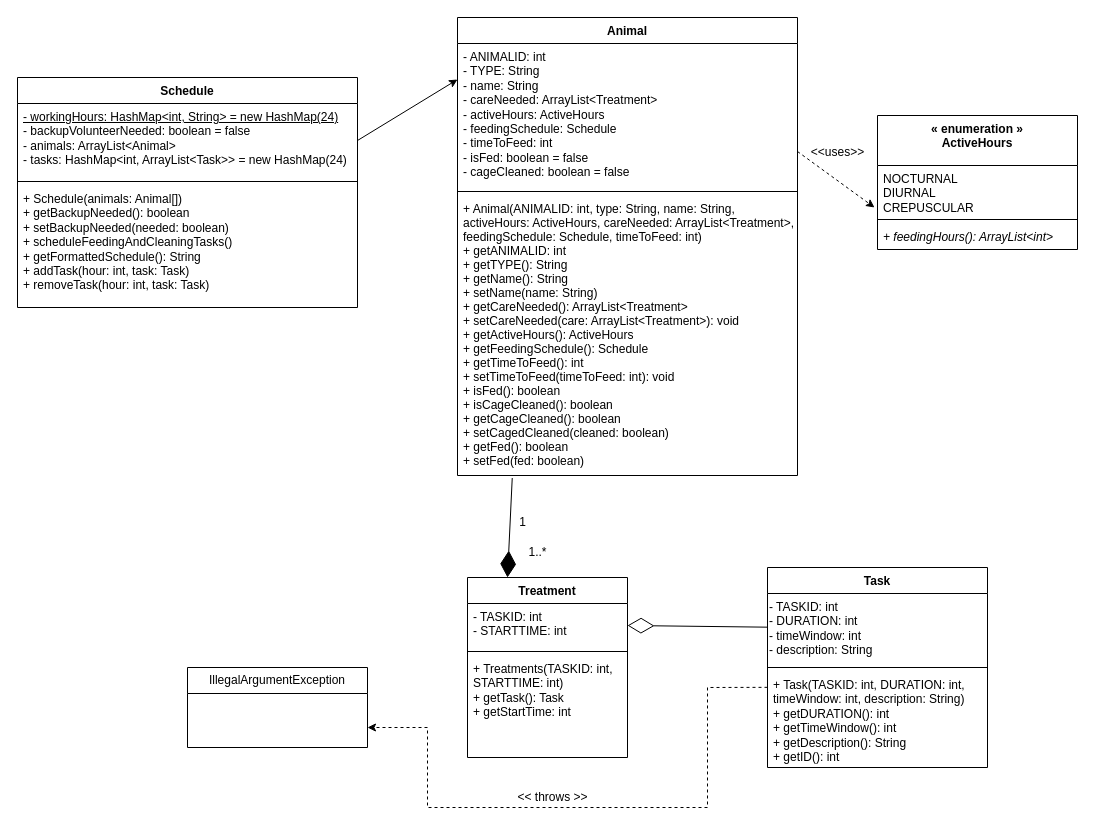
Earlier version of the draw.io diagram 64.drawio (aryan-karadia/Mock-Schedule-Builder). Source tidied: cells renumbered, new cells numbered last; positions are measured from the earlier drawing's top-left corner, leaving out a move shared by most shapes. Both pictures are drawn from the tidied source at 100%, with x=0, y=0 at pixel (17, 17).
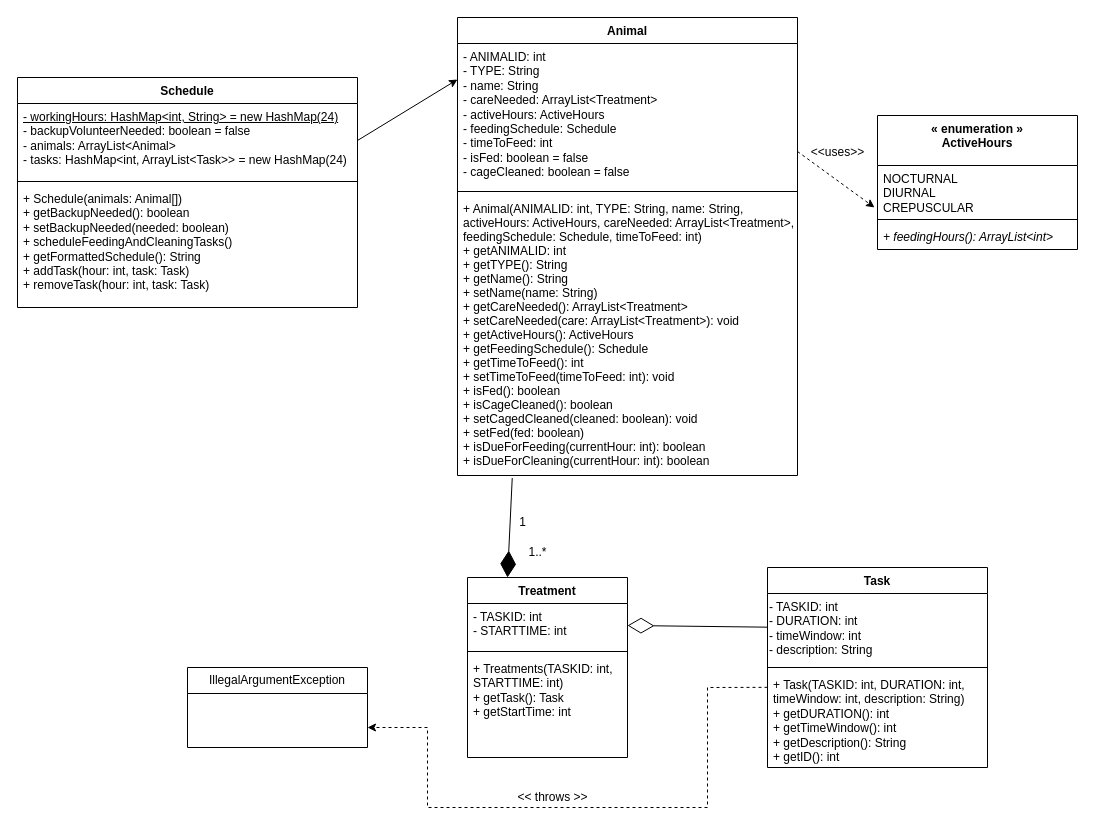
The same page after the edit.

Commit message:
Animal Class: added + isDueForFeeding(currentHour: int): boolean + isDueForCleaning(currentHour: int): boolean

Unchanged cells that the change refers to:
```xml
<mxCell id="2" value="Animal" style="swimlane;fontStyle=1;align=center;verticalAlign=top;horizontal=1;startSize=26;" parent="1" vertex="1">
  <mxGeometry x="440" width="340" height="458" as="geometry" />
</mxCell>
```

What changed in the source:
```diff
@@
-    <mxCell id="5" value="+ Animal(ANIMALID: int, type: String, name: String, &#10;activeHours: ActiveHours, careNeeded: ArrayList&lt;Treatment&gt;, &#10;feedingSchedule: Schedule, timeToFeed: int)&#10;+ getANIMALID: int&#10;+ getTYPE(): String&#10;+ getName(): String&#10;+ setName(name: String)&#10;+ getCareNeeded(): ArrayList&lt;Treatment&gt;&#10;+ setCareNeeded(care: ArrayList&lt;Treatment&gt;): void&#10;+ getActiveHours(): ActiveHours&#10;+ getFeedingSchedule(): Schedule&#10;+ getTimeToFeed(): int&#10;+ setTimeToFeed(timeToFeed: int): void&#10;+ isFed(): boolean&#10;+ isCageCleaned(): boolean&#10;+ getCageCleaned(): boolean&#10;+ setCagedCleaned(cleaned: boolean)&#10;+ getFed(): boolean&#10;+ setFed(fed: boolean)&#10;&#10;" style="text;strokeColor=none;fillColor=none;align=left;verticalAlign=top;spacingLeft=4;spacingRight=4;overflow=hidden;points=[[0,0.5],[1,0.5]];portConstraint=eastwest;" parent="2" vertex="1">
+    <mxCell id="5" value="+ Animal(ANIMALID: int, TYPE: String, name: String, &#10;activeHours: ActiveHours, careNeeded: ArrayList&lt;Treatment&gt;, &#10;feedingSchedule: Schedule, timeToFeed: int)&#10;+ getANIMALID: int&#10;+ getTYPE(): String&#10;+ getName(): String&#10;+ setName(name: String)&#10;+ getCareNeeded(): ArrayList&lt;Treatment&gt;&#10;+ setCareNeeded(care: ArrayList&lt;Treatment&gt;): void&#10;+ getActiveHours(): ActiveHours&#10;+ getFeedingSchedule(): Schedule&#10;+ getTimeToFeed(): int&#10;+ setTimeToFeed(timeToFeed: int): void&#10;+ isFed(): boolean&#10;+ isCageCleaned(): boolean&#10;+ setCagedCleaned(cleaned: boolean): void&#10;+ setFed(fed: boolean)&#10;+ isDueForFeeding(currentHour: int): boolean&#10;+ isDueForCleaning(currentHour: int): boolean&#10;&#10;" style="text;strokeColor=none;fillColor=none;align=left;verticalAlign=top;spacingLeft=4;spacingRight=4;overflow=hidden;points=[[0,0.5],[1,0.5]];portConstraint=eastwest;" parent="2" vertex="1">
       <mxGeometry y="178" width="340" height="280" as="geometry" />
     </mxCell>
```
